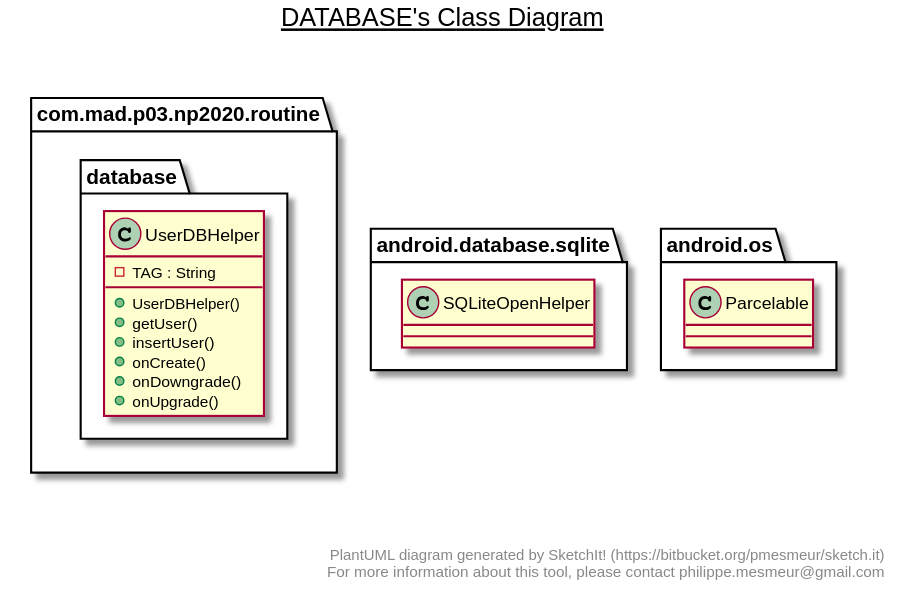
The PlantUML diagram Documentation/images/database.svg in AppDevIn/Routine, before a commit.
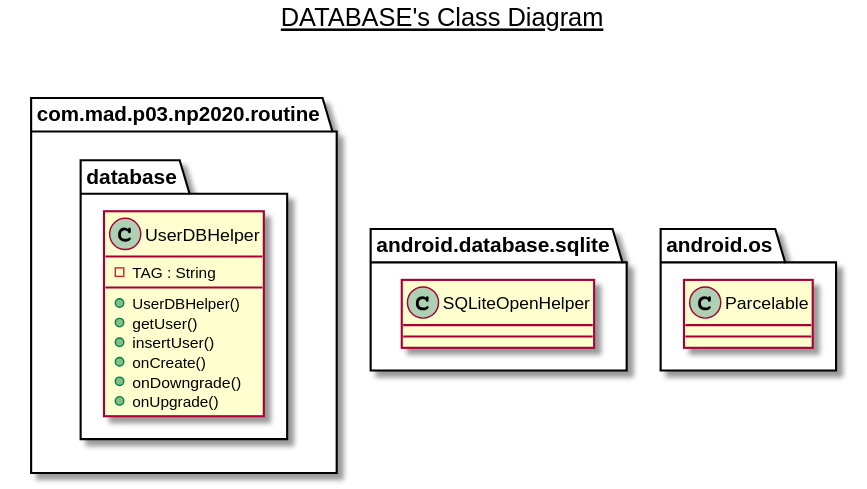
The same diagram one commit later.

Change to the diagram source:
```diff
@@ -143,12 +143,4 @@
   com.mad.p03.np2020.routine.database.TaskDBHelper -up-|> com.mad.p03.np2020.routine.database.DBHelper
   com.mad.p03.np2020.routine.database.UserDBHelper -up-|> com.mad.p03.np2020.routine.database.DBHelper
 
-
-right footer
-
-
-PlantUML diagram generated by SketchIt! (https://bitbucket.org/pmesmeur/sketch.it)
-For more information about this tool, please contact philippe.mesmeur@gmail.com
-endfooter
-
 @enduml
```
